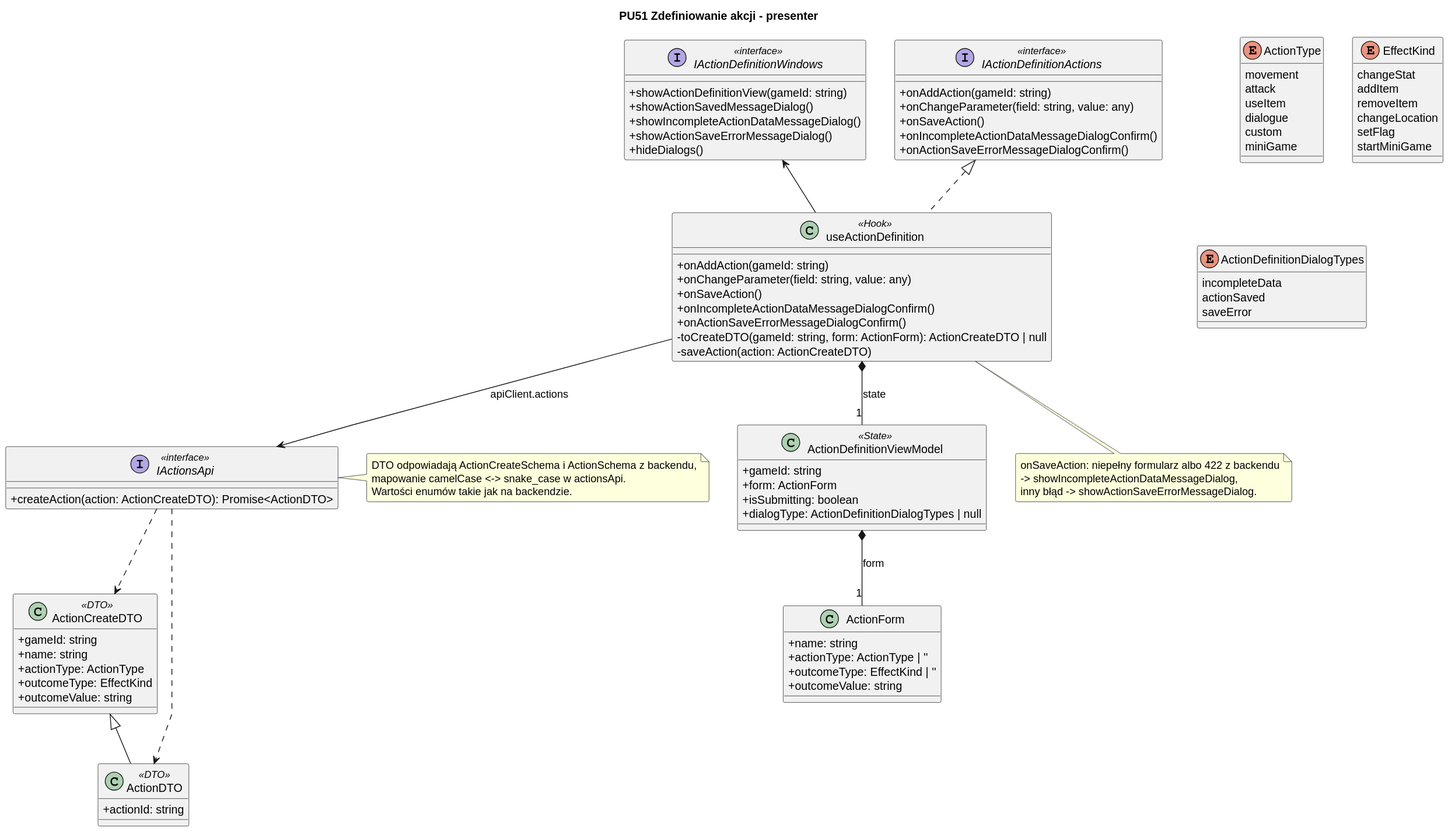
Igor-Ochocki/POP-2026Z keeps this PlantUML diagram as diagrams/frontend/rendered/action-definition-presenter.svg. Above is the earlier version.
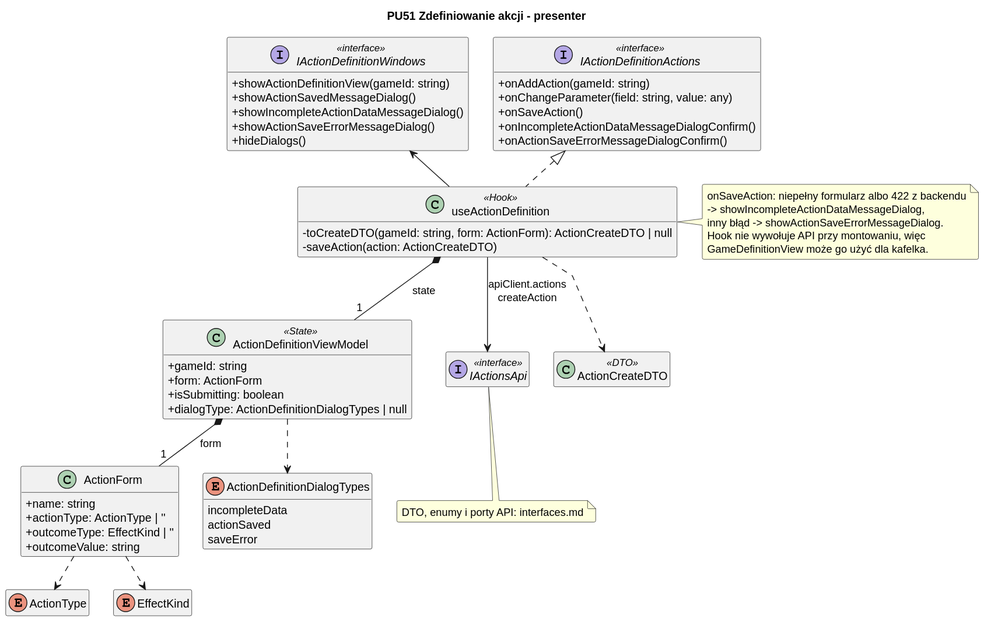
After the commit.

Change to the diagram source:
```diff
@@ -4,18 +4,11 @@
 skinparam shadowing false
 skinparam roundcorner 4
 skinparam linetype polyline
+skinparam nodesep 30
+skinparam ranksep 40
+hide empty members
 
 title PU51 Zdefiniowanie akcji - presenter
-
-class useActionDefinition <<Hook>> {
-    + onAddAction(gameId: string)
-    + onChangeParameter(field: string, value: any)
-    + onSaveAction()
-    + onIncompleteActionDataMessageDialogConfirm()
-    + onActionSaveErrorMessageDialogConfirm()
-    - toCreateDTO(gameId: string, form: ActionForm): ActionCreateDTO | null
-    - saveAction(action: ActionCreateDTO)
-}
 
 interface IActionDefinitionActions <<interface>> {
     + onAddAction(gameId: string)
@@ -33,8 +26,9 @@
     + hideDialogs()
 }
 
-interface IActionsApi <<interface>> {
-    + createAction(action: ActionCreateDTO): Promise<ActionDTO>
+class useActionDefinition <<Hook>> {
+    - toCreateDTO(gameId: string, form: ActionForm): ActionCreateDTO | null
+    - saveAction(action: ActionCreateDTO)
 }
 
 class ActionDefinitionViewModel <<State>> {
@@ -51,60 +45,36 @@
     + outcomeValue: string
 }
 
-class ActionCreateDTO <<DTO>> {
-    + gameId: string
-    + name: string
-    + actionType: ActionType
-    + outcomeType: EffectKind
-    + outcomeValue: string
-}
-
-class ActionDTO <<DTO>> {
-    + actionId: string
-}
-
-enum ActionType {
-    movement
-    attack
-    useItem
-    dialogue
-    custom
-    miniGame
-}
-
-enum EffectKind {
-    changeStat
-    addItem
-    removeItem
-    changeLocation
-    setFlag
-    startMiniGame
-}
-
 enum ActionDefinitionDialogTypes {
     incompleteData
     actionSaved
     saveError
 }
 
+interface IActionsApi <<interface>>
+class ActionCreateDTO <<DTO>>
+enum ActionType
+enum EffectKind
+
 useActionDefinition .u.|> IActionDefinitionActions
 useActionDefinition -u-> IActionDefinitionWindows
-useActionDefinition --> IActionsApi : apiClient.actions
 useActionDefinition *-- "1" ActionDefinitionViewModel : state
 ActionDefinitionViewModel *-- "1" ActionForm : form
-ActionDTO -u-|> ActionCreateDTO
-IActionsApi ..> ActionCreateDTO
-IActionsApi ..> ActionDTO
+ActionDefinitionViewModel ..> ActionDefinitionDialogTypes
+ActionForm ..> ActionType
+ActionForm ..> EffectKind
+useActionDefinition ..> ActionCreateDTO
+useActionDefinition --> IActionsApi : apiClient.actions\ncreateAction
 
-note bottom of useActionDefinition
+note right of useActionDefinition
     onSaveAction: niepełny formularz albo 422 z backendu
     -> showIncompleteActionDataMessageDialog,
     inny błąd -> showActionSaveErrorMessageDialog.
+    Hook nie wywołuje API przy montowaniu, więc
+    GameDefinitionView może go użyć dla kafelka.
 end note
 
-note right of IActionsApi
-    DTO odpowiadają ActionCreateSchema i ActionSchema z backendu,
-    mapowanie camelCase <-> snake_case w actionsApi.
-    Wartości enumów takie jak na backendzie.
+note bottom of IActionsApi
+    DTO, enumy i porty API: interfaces.md
 end note
 @enduml
```
